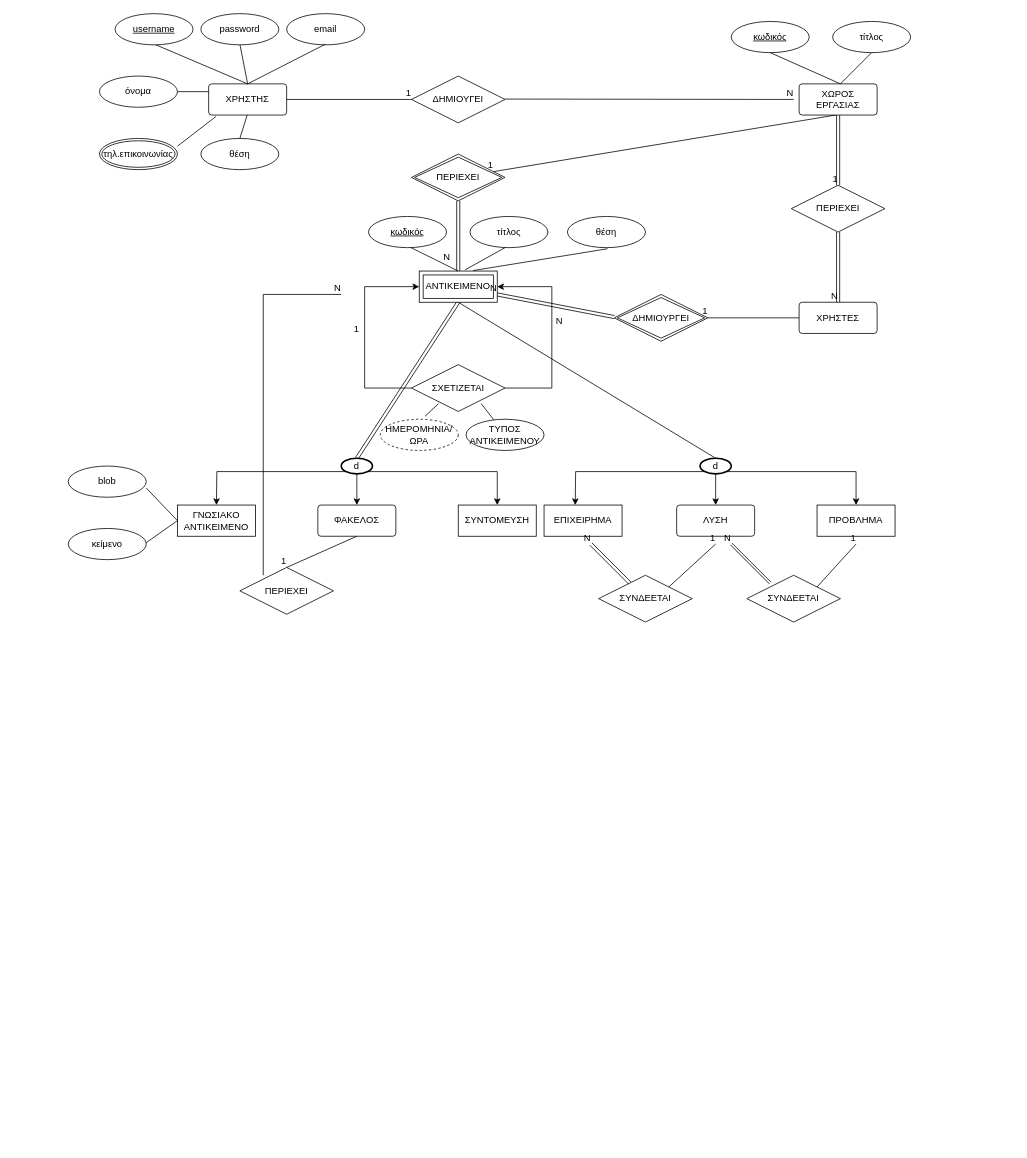
Above: Untitled Diagram.drawio in Ierofantis/100-days-of-code (draw.io), before the change. Source tidied: cells renumbered, new cells numbered last; positions are measured from the earlier drawing's top-left corner, leaving out a move shared by most shapes. Both pictures are drawn from the tidied source at 78%, with x=0, y=0 at pixel (68, 13).
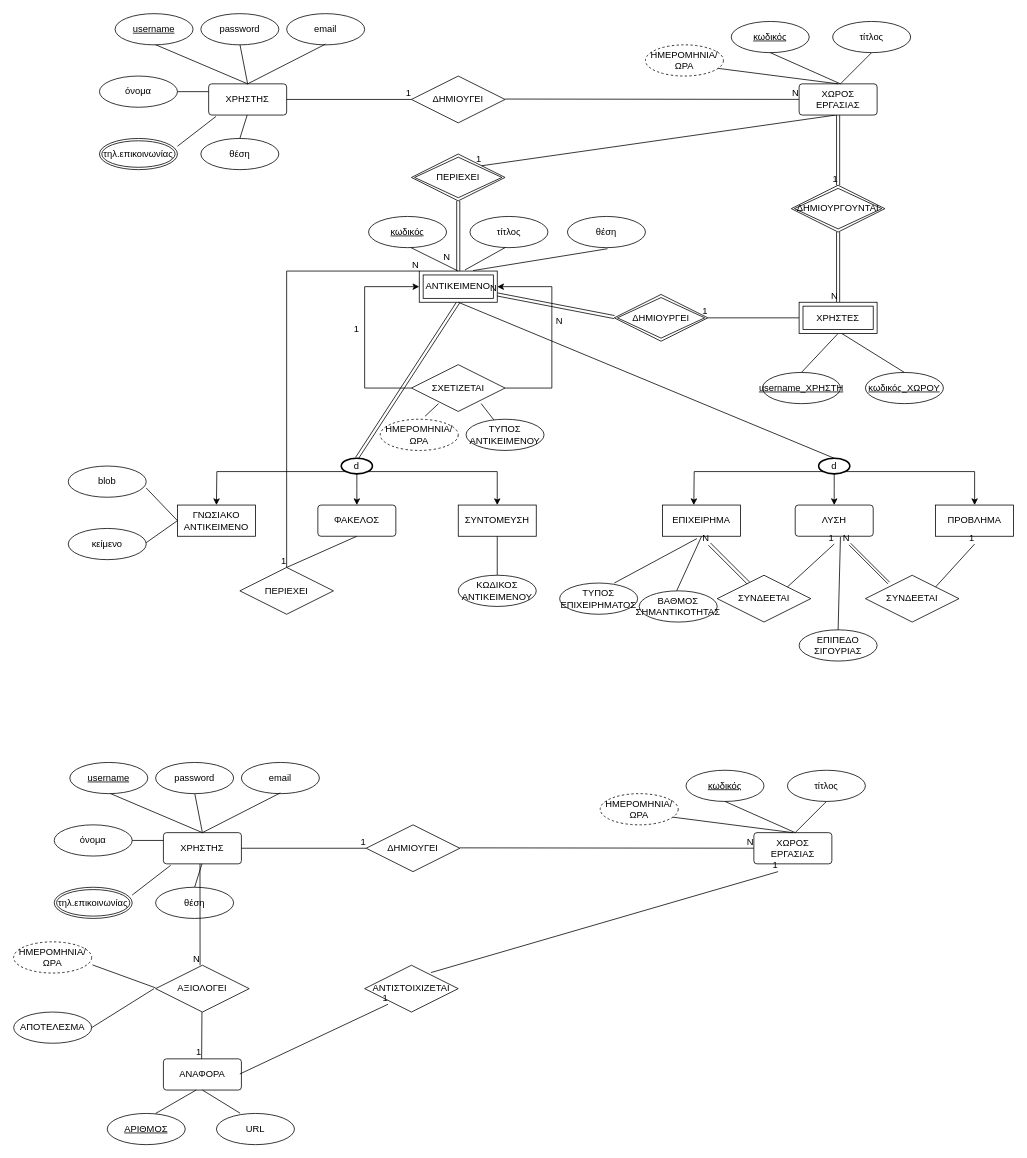
The same page after the edit.

Unchanged cells that the change refers to:
```xml
<mxCell id="20" value="ΑΝΤΙΚΕΙΜΕΝΟ" style="shape=ext;margin=3;double=1;whiteSpace=wrap;html=1;align=center;" parent="1" vertex="1">
  <mxGeometry x="450" y="330" width="100" height="40" as="geometry" />
</mxCell>
<mxCell id="21" value="ΠΕΡΙΕΧΕΙ" style="shape=rhombus;double=1;perimeter=rhombusPerimeter;whiteSpace=wrap;html=1;align=center;" parent="1" vertex="1">
  <mxGeometry x="440" y="180" width="120" height="60" as="geometry" />
</mxCell>
<mxCell id="24" value="ΔΗΜΙΟΥΡΓΕΙ" style="shape=rhombus;double=1;perimeter=rhombusPerimeter;whiteSpace=wrap;html=1;align=center;" parent="1" vertex="1">
  <mxGeometry x="700" y="360" width="120" height="60" as="geometry" />
</mxCell>
<mxCell id="36" value="ΧΩΡΟΣ ΕΡΓΑΣΙΑΣ" style="rounded=1;arcSize=10;whiteSpace=wrap;html=1;align=center;" parent="1" vertex="1">
  <mxGeometry x="937" y="90" width="100" height="40" as="geometry" />
</mxCell>
<mxCell id="87" value="ΠΕΡΙΕΧΕΙ" style="shape=rhombus;perimeter=rhombusPerimeter;whiteSpace=wrap;html=1;align=center;" parent="1" vertex="1">
  <mxGeometry x="220" y="710" width="120" height="60" as="geometry" />
</mxCell>
```

What changed in the source:
```diff
@@
-    <mxCell id="5" value="ΠΕΡΙΕΧΕΙ" style="shape=rhombus;perimeter=rhombusPerimeter;whiteSpace=wrap;html=1;align=center;" parent="1" vertex="1">
-      <mxGeometry x="927" y="220" width="120" height="60" as="geometry" />
-    </mxCell>
-    <mxCell id="6" value="ΧΡΗΣΤΕΣ" style="rounded=1;arcSize=10;whiteSpace=wrap;html=1;align=center;" parent="1" vertex="1">
-      <mxGeometry x="937" y="370" width="100" height="40" as="geometry" />
-    </mxCell>
@@
-    <mxCell id="27" style="shape=link;html=1;rounded=0;entryX=0.5;entryY=0;entryDx=0;entryDy=0;" parent="1" edge="1" target="5">
+    <mxCell id="27" style="shape=link;html=1;rounded=0;entryX=0.5;entryY=0;entryDx=0;entryDy=0;" parent="1" edge="1">
       <mxGeometry relative="1" as="geometry">
         <mxPoint x="987" y="130" as="sourcePoint" />
+        <mxPoint x="987" y="220" as="targetPoint" />
       </mxGeometry>
     </mxCell>
@@
-    <mxCell id="29" style="shape=link;html=1;rounded=0;exitX=0.5;exitY=1;exitDx=0;exitDy=0;entryX=0.5;entryY=0;entryDx=0;entryDy=0;" parent="1" edge="1" source="5" target="6">
-      <mxGeometry relative="1" as="geometry" />
+    <mxCell id="29" style="shape=link;html=1;rounded=0;exitX=0.5;exitY=1;exitDx=0;exitDy=0;entryX=0.5;entryY=0;entryDx=0;entryDy=0;" parent="1" edge="1">
+      <mxGeometry relative="1" as="geometry">
+        <mxPoint x="987" y="280" as="sourcePoint" />
+        <mxPoint x="987" y="370" as="targetPoint" />
+      </mxGeometry>
     </mxCell>
@@
-    <mxCell id="32" style="endArrow=none;html=1;rounded=0;" parent="1" edge="1">
+    <mxCell id="32" style="endArrow=none;html=1;rounded=0;" parent="1" edge="1" target="36">
       <mxGeometry relative="1" as="geometry">
         <mxPoint x="560" y="109.5" as="sourcePoint" />
-        <mxPoint x="930" y="110" as="targetPoint" />
       </mxGeometry>
     </mxCell>
@@
-    <mxCell id="34" style="endArrow=none;html=1;rounded=0;exitX=0.5;exitY=1;exitDx=0;exitDy=0;" parent="1" edge="1" target="21">
+    <mxCell id="34" style="endArrow=none;html=1;rounded=0;exitX=0.5;exitY=1;exitDx=0;exitDy=0;entryX=1;entryY=0;entryDx=0;entryDy=0;" parent="1" edge="1" target="21">
       <mxGeometry relative="1" as="geometry">
         <mxPoint x="984" y="130" as="sourcePoint" />
       </mxGeometry>
     </mxCell>
@@
-    <mxCell id="37" style="endArrow=none;html=1;rounded=0;entryX=1;entryY=0.5;entryDx=0;entryDy=0;exitX=0;exitY=0.5;exitDx=0;exitDy=0;" parent="1" edge="1" source="6" target="24">
-      <mxGeometry relative="1" as="geometry" />
+    <mxCell id="37" style="endArrow=none;html=1;rounded=0;entryX=1;entryY=0.5;entryDx=0;entryDy=0;exitX=0;exitY=0.5;exitDx=0;exitDy=0;" parent="1" edge="1" target="24">
+      <mxGeometry relative="1" as="geometry">
+        <mxPoint x="937" y="390" as="sourcePoint" />
+      </mxGeometry>
     </mxCell>
@@
     <mxCell id="41" style="edgeStyle=orthogonalEdgeStyle;rounded=0;jettySize=auto;html=1;exitX=0.145;exitY=0.855;exitDx=0;exitDy=0;exitPerimeter=0;" parent="1" edge="1" source="44">
       <mxGeometry relative="1" as="geometry">
-        <mxPoint x="650" y="630" as="targetPoint" />
+        <mxPoint x="802" y="630" as="targetPoint" />
       </mxGeometry>
     </mxCell>
@@
     <mxCell id="43" style="edgeStyle=orthogonalEdgeStyle;rounded=0;jettySize=auto;html=1;exitX=0.5;exitY=1;exitDx=0;exitDy=0;exitPerimeter=0;" parent="1" edge="1" source="44">
       <mxGeometry relative="1" as="geometry">
-        <mxPoint x="830" y="630" as="targetPoint" />
+        <mxPoint x="982" y="630" as="targetPoint" />
       </mxGeometry>
     </mxCell>
     <mxCell id="44" value="d" style="strokeWidth=2;html=1;shape=mxgraph.flowchart.start_1;whiteSpace=wrap;" parent="1" vertex="1">
-      <mxGeometry x="810" y="570" width="40" height="20" as="geometry" />
+      <mxGeometry x="962" y="570" width="40" height="20" as="geometry" />
     </mxCell>
     <mxCell id="45" value="ΛΥΣΗ" style="rounded=1;arcSize=10;whiteSpace=wrap;html=1;align=center;" parent="1" vertex="1">
-      <mxGeometry x="780" y="630" width="100" height="40" as="geometry" />
+      <mxGeometry x="932" y="630" width="100" height="40" as="geometry" />
     </mxCell>
     <mxCell id="46" value="ΠΡΟΒΛΗΜΑ" style="whiteSpace=wrap;html=1;align=center;" parent="1" vertex="1">
-      <mxGeometry x="960" y="630" width="100" height="40" as="geometry" />
+      <mxGeometry x="1112" y="630" width="100" height="40" as="geometry" />
     </mxCell>
     <mxCell id="47" value="ΕΠΙΧΕΙΡΗΜΑ" style="whiteSpace=wrap;html=1;align=center;" parent="1" vertex="1">
-      <mxGeometry x="610" y="630" width="100" height="40" as="geometry" />
+      <mxGeometry x="762" y="630" width="100" height="40" as="geometry" />
     </mxCell>
     <mxCell id="48" value="ΣΥΝΔΕΕΤΑΙ" style="shape=rhombus;perimeter=rhombusPerimeter;whiteSpace=wrap;html=1;align=center;" parent="1" vertex="1">
-      <mxGeometry x="680" y="720" width="120" height="60" as="geometry" />
+      <mxGeometry x="832" y="720" width="120" height="60" as="geometry" />
     </mxCell>
     <mxCell id="49" style="shape=link;html=1;rounded=0;" parent="1" edge="1" source="48">
       <mxGeometry relative="1" as="geometry">
-        <mxPoint x="670" y="680" as="targetPoint" />
+        <mxPoint x="822" y="680" as="targetPoint" />
       </mxGeometry>
     </mxCell>
@@
     <mxCell id="51" value="ΣΥΝΔΕΕΤΑΙ" style="shape=rhombus;perimeter=rhombusPerimeter;whiteSpace=wrap;html=1;align=center;" parent="1" vertex="1">
-      <mxGeometry x="870" y="720" width="120" height="60" as="geometry" />
+      <mxGeometry x="1022" y="720" width="120" height="60" as="geometry" />
     </mxCell>
     <mxCell id="52" style="shape=link;html=1;rounded=0;width=3;" parent="1" edge="1">
       <mxGeometry relative="1" as="geometry">
-        <mxPoint x="900" y="730" as="sourcePoint" />
-        <mxPoint x="850" y="680" as="targetPoint" />
+        <mxPoint x="1052" y="730" as="sourcePoint" />
+        <mxPoint x="1002" y="680" as="targetPoint" />
       </mxGeometry>
     </mxCell>
@@
     <mxCell id="54" style="endArrow=none;html=1;rounded=0;exitX=1;exitY=0;exitDx=0;exitDy=0;" parent="1" edge="1" source="51">
       <mxGeometry relative="1" as="geometry">
-        <mxPoint x="1010" y="680" as="targetPoint" />
+        <mxPoint x="1162" y="680" as="targetPoint" />
       </mxGeometry>
     </mxCell>
@@
     <mxCell id="56" style="endArrow=none;html=1;rounded=0;exitX=1;exitY=0;exitDx=0;exitDy=0;" parent="1" edge="1">
       <mxGeometry relative="1" as="geometry">
-        <mxPoint x="770" y="735" as="sourcePoint" />
-        <mxPoint x="830" y="680" as="targetPoint" />
+        <mxPoint x="922" y="735" as="sourcePoint" />
+        <mxPoint x="982" y="680" as="targetPoint" />
       </mxGeometry>
     </mxCell>
@@
-    <mxCell id="90" style="endArrow=none;html=1;rounded=0;" parent="1" edge="1">
+    <mxCell id="90" style="endArrow=none;html=1;rounded=0;entryX=0;entryY=0;entryDx=0;entryDy=0;" parent="1" edge="1" source="87" target="20">
       <mxGeometry relative="1" as="geometry">
-        <mxPoint x="250" y="720" as="sourcePoint" />
-        <mxPoint x="350" y="360" as="targetPoint" />
         <Array as="points">
-          <mxPoint x="250" y="360" />
+          <mxPoint x="280" y="330" />
         </Array>
       </mxGeometry>
     </mxCell>
@@
+    <mxCell id="92" style="endArrow=none;html=1;rounded=0;exitX=1;exitY=0.25;exitDx=0;exitDy=0;exitPerimeter=0;" parent="1" edge="1">
+      <mxGeometry relative="1" as="geometry">
+        <mxPoint x="550" y="670" as="sourcePoint" />
+        <mxPoint x="550" y="720" as="targetPoint" />
+      </mxGeometry>
+    </mxCell>
+    <mxCell id="93" style="endArrow=none;html=1;rounded=0;exitX=0.44;exitY=1.075;exitDx=0;exitDy=0;exitPerimeter=0;" parent="1" edge="1" source="47">
+      <mxGeometry relative="1" as="geometry">
+        <mxPoint x="700" y="730" as="targetPoint" />
+      </mxGeometry>
+    </mxCell>
+    <mxCell id="94" style="endArrow=none;html=1;rounded=0;exitX=0.5;exitY=1;exitDx=0;exitDy=0;" parent="1" edge="1" source="47">
+      <mxGeometry relative="1" as="geometry">
+        <mxPoint x="780" y="740" as="targetPoint" />
+      </mxGeometry>
+    </mxCell>
+    <mxCell id="95" value="ΚΩΔΙΚΟΣ ΑΝΤΙΚΕΙΜΕΝΟΥ" style="ellipse;whiteSpace=wrap;html=1;align=center;" parent="1" vertex="1">
+      <mxGeometry x="500" y="720" width="100" height="40" as="geometry" />
+    </mxCell>
+    <mxCell id="96" value="ΤΥΠΟΣ ΕΠΙΧΕΙΡΗΜΑΤΟΣ" style="ellipse;whiteSpace=wrap;html=1;align=center;" parent="1" vertex="1">
+      <mxGeometry x="630" y="730" width="100" height="40" as="geometry" />
+    </mxCell>
+    <mxCell id="97" value="ΒΑΘΜΟΣ ΣΗΜΑΝΤΙΚΟΤΗΤΑΣ" style="ellipse;whiteSpace=wrap;html=1;align=center;" parent="1" vertex="1">
+      <mxGeometry x="732" y="740" width="100" height="40" as="geometry" />
+    </mxCell>
+    <mxCell id="98" value="ΕΠΙΠΕΔΟ ΣΙΓΟΥΡΙΑΣ" style="ellipse;whiteSpace=wrap;html=1;align=center;" parent="1" vertex="1">
+      <mxGeometry x="937" y="790" width="100" height="40" as="geometry" />
+    </mxCell>
+    <mxCell id="99" style="endArrow=none;html=1;rounded=0;exitX=0.58;exitY=1.025;exitDx=0;exitDy=0;exitPerimeter=0;entryX=0.5;entryY=0;entryDx=0;entryDy=0;" parent="1" edge="1" source="45" target="98">
+      <mxGeometry relative="1" as="geometry" />
+    </mxCell>
+    <mxCell id="100" value="username_ΧΡΗΣΤΗ" style="ellipse;whiteSpace=wrap;html=1;align=center;fontStyle=4;" parent="1" vertex="1">
+      <mxGeometry x="890" y="460" width="100" height="40" as="geometry" />
+    </mxCell>
+    <mxCell id="101" value="κωδικός_ΧΩΡΟΥ" style="ellipse;whiteSpace=wrap;html=1;align=center;fontStyle=4;" parent="1" vertex="1">
+      <mxGeometry x="1022" y="460" width="100" height="40" as="geometry" />
+    </mxCell>
+    <mxCell id="102" style="endArrow=none;html=1;rounded=0;entryX=0.5;entryY=0;entryDx=0;entryDy=0;" parent="1" edge="1" target="101">
+      <mxGeometry relative="1" as="geometry">
+        <mxPoint x="990" y="409" as="sourcePoint" />
+      </mxGeometry>
+    </mxCell>
+    <mxCell id="103" style="endArrow=none;html=1;rounded=0;entryX=0.5;entryY=0;entryDx=0;entryDy=0;exitX=0.5;exitY=1;exitDx=0;exitDy=0;" parent="1" edge="1" target="100">
+      <mxGeometry relative="1" as="geometry">
+        <mxPoint x="987" y="410" as="sourcePoint" />
+      </mxGeometry>
+    </mxCell>
+    <mxCell id="104" style="endArrow=none;html=1;rounded=0;entryX=0.5;entryY=0;entryDx=0;entryDy=0;" parent="1" edge="1" target="36">
+      <mxGeometry relative="1" as="geometry">
+        <mxPoint x="832" y="70" as="sourcePoint" />
+      </mxGeometry>
+    </mxCell>
+    <mxCell id="105" value="ΗΜΕΡΟΜΗΝΙΑ/ΩΡΑ" style="ellipse;whiteSpace=wrap;html=1;align=center;dashed=1;" parent="1" vertex="1">
+      <mxGeometry x="740" y="40" width="100" height="40" as="geometry" />
+    </mxCell>
+    <mxCell id="106" value="ΔΗΜΙΟΥΡΓΟΥΝΤΑΙ" style="shape=rhombus;double=1;perimeter=rhombusPerimeter;whiteSpace=wrap;html=1;align=center;" parent="1" vertex="1">
+      <mxGeometry x="927" y="220" width="120" height="60" as="geometry" />
+    </mxCell>
+    <mxCell id="6" value="ΧΡΗΣΤΕΣ" style="shape=ext;margin=3;double=1;whiteSpace=wrap;html=1;align=center;" parent="1" vertex="1">
+      <mxGeometry x="937" y="370" width="100" height="40" as="geometry" />
+    </mxCell>
+    <mxCell id="107" value="ΧΡΗΣΤΗΣ" style="rounded=1;arcSize=10;whiteSpace=wrap;html=1;align=center;" parent="1" vertex="1">
+      <mxGeometry x="122" y="1050" width="100" height="40" as="geometry" />
+    </mxCell>
+    <mxCell id="108" style="endArrow=none;html=1;rounded=0;" parent="1" edge="1">
+      <mxGeometry relative="1" as="geometry">
+        <mxPoint x="222" y="1070" as="sourcePoint" />
+        <mxPoint x="382" y="1070" as="targetPoint" />
+      </mxGeometry>
+    </mxCell>
+    <mxCell id="109" value="1" style="html=1;align=right;verticalAlign=bottom;" parent="108" vertex="1">
+      <mxGeometry x="1" relative="1" as="geometry" />
+    </mxCell>
+    <mxCell id="110" value="ΔΗΜΙΟΥΓΕΙ" style="shape=rhombus;perimeter=rhombusPerimeter;whiteSpace=wrap;html=1;align=center;" parent="1" vertex="1">
+      <mxGeometry x="382" y="1040" width="120" height="60" as="geometry" />
+    </mxCell>
+    <mxCell id="111" style="endArrow=none;html=1;rounded=0;" parent="1" edge="1" target="113">
+      <mxGeometry relative="1" as="geometry">
+        <mxPoint x="502" y="1069.5" as="sourcePoint" />
+      </mxGeometry>
+    </mxCell>
+    <mxCell id="112" value="N" style="html=1;align=right;verticalAlign=bottom;" parent="111" vertex="1">
+      <mxGeometry x="1" relative="1" as="geometry" />
+    </mxCell>
+    <mxCell id="113" value="ΧΩΡΟΣ ΕΡΓΑΣΙΑΣ" style="rounded=1;arcSize=10;whiteSpace=wrap;html=1;align=center;" parent="1" vertex="1">
+      <mxGeometry x="879" y="1050" width="100" height="40" as="geometry" />
+    </mxCell>
+    <mxCell id="114" value="email" style="ellipse;whiteSpace=wrap;html=1;align=center;" parent="1" vertex="1">
+      <mxGeometry x="222" y="960" width="100" height="40" as="geometry" />
+    </mxCell>
+    <mxCell id="115" value="όνομα" style="ellipse;whiteSpace=wrap;html=1;align=center;" parent="1" vertex="1">
+      <mxGeometry x="-18" y="1040" width="100" height="40" as="geometry" />
+    </mxCell>
+    <mxCell id="116" value="θέση" style="ellipse;whiteSpace=wrap;html=1;align=center;" parent="1" vertex="1">
+      <mxGeometry x="112" y="1120" width="100" height="40" as="geometry" />
+    </mxCell>
+    <mxCell id="117" value="τηλ.επικοινωνίας&lt;br&gt;" style="ellipse;shape=doubleEllipse;margin=3;whiteSpace=wrap;html=1;align=center;" parent="1" vertex="1">
+      <mxGeometry x="-18" y="1120" width="100" height="40" as="geometry" />
+    </mxCell>
+    <mxCell id="118" style="endArrow=none;html=1;rounded=0;entryX=0.5;entryY=0;entryDx=0;entryDy=0;" parent="1" edge="1" target="107">
+      <mxGeometry relative="1" as="geometry">
+        <mxPoint x="52" y="999" as="sourcePoint" />
+      </mxGeometry>
+    </mxCell>
+    <mxCell id="119" style="endArrow=none;html=1;rounded=0;" parent="1" edge="1">
+      <mxGeometry relative="1" as="geometry">
+        <mxPoint x="162" y="999" as="sourcePoint" />
+        <mxPoint x="172" y="1050" as="targetPoint" />
+      </mxGeometry>
+    </mxCell>
+    <mxCell id="120" style="endArrow=none;html=1;rounded=0;entryX=0.5;entryY=0;entryDx=0;entryDy=0;" parent="1" edge="1" target="107">
+      <mxGeometry relative="1" as="geometry">
+        <mxPoint x="272" y="999" as="sourcePoint" />
+      </mxGeometry>
+    </mxCell>
+    <mxCell id="121" style="endArrow=none;html=1;rounded=0;entryX=0;entryY=0.25;entryDx=0;entryDy=0;exitX=1;exitY=0.5;exitDx=0;exitDy=0;" parent="1" edge="1" source="115" target="107">
+      <mxGeometry relative="1" as="geometry" />
+    </mxCell>
+    <mxCell id="122" style="endArrow=none;html=1;rounded=0;entryX=0.094;entryY=1.045;entryDx=0;entryDy=0;exitX=1;exitY=0.25;exitDx=0;exitDy=0;exitPerimeter=0;entryPerimeter=0;" parent="1" edge="1" source="117" target="107">
+      <mxGeometry relative="1" as="geometry" />
+    </mxCell>
+    <mxCell id="123" style="endArrow=none;html=1;rounded=0;entryX=0.094;entryY=1.045;entryDx=0;entryDy=0;exitX=0.5;exitY=0;exitDx=0;exitDy=0;entryPerimeter=0;" parent="1" edge="1" source="116">
+      <mxGeometry relative="1" as="geometry">
+        <mxPoint x="171.4" y="1090" as="targetPoint" />
+      </mxGeometry>
+    </mxCell>
+    <mxCell id="124" value="username" style="ellipse;whiteSpace=wrap;html=1;align=center;fontStyle=4;" parent="1" vertex="1">
+      <mxGeometry x="2" y="960" width="100" height="40" as="geometry" />
+    </mxCell>
+    <mxCell id="125" value="κωδικός" style="ellipse;whiteSpace=wrap;html=1;align=center;fontStyle=4;" parent="1" vertex="1">
+      <mxGeometry x="792" y="970" width="100" height="40" as="geometry" />
+    </mxCell>
+    <mxCell id="126" value="password" style="ellipse;whiteSpace=wrap;html=1;align=center;" parent="1" vertex="1">
+      <mxGeometry x="112" y="960" width="100" height="40" as="geometry" />
+    </mxCell>
+    <mxCell id="127" value="τίτλος" style="ellipse;whiteSpace=wrap;html=1;align=center;" parent="1" vertex="1">
+      <mxGeometry x="922" y="970" width="100" height="40" as="geometry" />
+    </mxCell>
+    <mxCell id="128" style="endArrow=none;html=1;rounded=0;" parent="1" edge="1">
+      <mxGeometry relative="1" as="geometry">
+        <mxPoint x="842" y="1010" as="sourcePoint" />
+        <mxPoint x="932" y="1050" as="targetPoint" />
+      </mxGeometry>
+    </mxCell>
+    <mxCell id="129" style="endArrow=none;html=1;rounded=0;exitX=0.5;exitY=1;exitDx=0;exitDy=0;" parent="1" edge="1" source="127">
+      <mxGeometry relative="1" as="geometry">
+        <mxPoint x="932" y="1050" as="targetPoint" />
+      </mxGeometry>
+    </mxCell>
+    <mxCell id="130" style="endArrow=none;html=1;rounded=0;entryX=0.5;entryY=0;entryDx=0;entryDy=0;" parent="1" edge="1" target="113">
+      <mxGeometry relative="1" as="geometry">
+        <mxPoint x="774" y="1030" as="sourcePoint" />
+      </mxGeometry>
+    </mxCell>
+    <mxCell id="131" value="ΗΜΕΡΟΜΗΝΙΑ/ΩΡΑ" style="ellipse;whiteSpace=wrap;html=1;align=center;dashed=1;" parent="1" vertex="1">
+      <mxGeometry x="682" y="1000" width="100" height="40" as="geometry" />
+    </mxCell>
+    <mxCell id="132" value="ΑΞΙΟΛΟΓΕΙ" style="shape=rhombus;perimeter=rhombusPerimeter;whiteSpace=wrap;html=1;align=center;" parent="1" vertex="1">
+      <mxGeometry x="112" y="1220" width="120" height="60" as="geometry" />
+    </mxCell>
+    <mxCell id="133" value="ΑΝΑΦΟΡΑ" style="rounded=1;arcSize=10;whiteSpace=wrap;html=1;align=center;" parent="1" vertex="1">
+      <mxGeometry x="122" y="1340" width="100" height="40" as="geometry" />
+    </mxCell>
+    <mxCell id="134" value="ΑΝΤΙΣΤΟΙΧΙΖΕΤΑΙ" style="shape=rhombus;perimeter=rhombusPerimeter;whiteSpace=wrap;html=1;align=center;" parent="1" vertex="1">
+      <mxGeometry x="380" y="1220" width="120" height="60" as="geometry" />
+    </mxCell>
+    <mxCell id="135" style="endArrow=none;html=1;rounded=0;" parent="1" edge="1">
+      <mxGeometry relative="1" as="geometry">
+        <mxPoint x="168.9" y="1090" as="sourcePoint" />
+        <mxPoint x="169" y="1220" as="targetPoint" />
+      </mxGeometry>
+    </mxCell>
+    <mxCell id="136" value="N" style="html=1;align=right;verticalAlign=bottom;" parent="135" vertex="1">
+      <mxGeometry x="1" relative="1" as="geometry" />
+    </mxCell>
+    <mxCell id="137" style="endArrow=none;html=1;rounded=0;" parent="1" edge="1">
+      <mxGeometry relative="1" as="geometry">
+        <mxPoint x="171.4" y="1280" as="sourcePoint" />
+        <mxPoint x="171" y="1340" as="targetPoint" />
+      </mxGeometry>
+    </mxCell>
+    <mxCell id="138" value="1" style="html=1;align=right;verticalAlign=bottom;" parent="137" vertex="1">
+      <mxGeometry x="1" relative="1" as="geometry" />
+    </mxCell>
+    <mxCell id="139" style="endArrow=none;html=1;rounded=0;" parent="1" edge="1">
+      <mxGeometry relative="1" as="geometry">
+        <mxPoint x="220" y="1359.4" as="sourcePoint" />
+        <mxPoint x="410" y="1270" as="targetPoint" />
+      </mxGeometry>
+    </mxCell>
+    <mxCell id="140" value="1" style="html=1;align=right;verticalAlign=bottom;" parent="139" vertex="1">
+      <mxGeometry x="1" relative="1" as="geometry" />
+    </mxCell>
+    <mxCell id="141" style="endArrow=none;html=1;rounded=0;" parent="1" edge="1">
+      <mxGeometry relative="1" as="geometry">
+        <mxPoint x="465" y="1229.4" as="sourcePoint" />
+        <mxPoint x="910" y="1100" as="targetPoint" />
+      </mxGeometry>
+    </mxCell>
+    <mxCell id="142" value="1" style="html=1;align=right;verticalAlign=bottom;" parent="141" vertex="1">
+      <mxGeometry x="1" relative="1" as="geometry" />
+    </mxCell>
+    <mxCell id="143" value="ΑΡΙΘΜΟΣ" style="ellipse;whiteSpace=wrap;html=1;align=center;fontStyle=4;" parent="1" vertex="1">
+      <mxGeometry x="50" y="1410" width="100" height="40" as="geometry" />
+    </mxCell>
+    <mxCell id="144" value="URL" style="ellipse;whiteSpace=wrap;html=1;align=center;" parent="1" vertex="1">
+      <mxGeometry x="190" y="1410" width="100" height="40" as="geometry" />
+    </mxCell>
+    <mxCell id="145" value="ΗΜΕΡΟΜΗΝΙΑ/ΩΡΑ" style="ellipse;whiteSpace=wrap;html=1;align=center;dashed=1;" parent="1" vertex="1">
+      <mxGeometry x="-70" y="1190" width="100" height="40" as="geometry" />
+    </mxCell>
+    <mxCell id="146" value="ΑΠΟΤΕΛΕΣΜΑ" style="ellipse;whiteSpace=wrap;html=1;align=center;" parent="1" vertex="1">
+      <mxGeometry x="-70" y="1280" width="100" height="40" as="geometry" />
+    </mxCell>
+    <mxCell id="147" style="endArrow=none;html=1;rounded=0;entryX=1.011;entryY=0.739;entryDx=0;entryDy=0;entryPerimeter=0;" parent="1" edge="1" target="145">
+      <mxGeometry relative="1" as="geometry">
+        <mxPoint x="112" y="1249" as="sourcePoint" />
+      </mxGeometry>
+    </mxCell>
+    <mxCell id="148" style="endArrow=none;html=1;rounded=0;entryX=1;entryY=0.5;entryDx=0;entryDy=0;" parent="1" edge="1" target="146">
+      <mxGeometry relative="1" as="geometry">
+        <mxPoint x="110" y="1250" as="sourcePoint" />
+      </mxGeometry>
+    </mxCell>
+    <mxCell id="149" style="endArrow=none;html=1;rounded=0;" parent="1" edge="1">
+      <mxGeometry relative="1" as="geometry">
+        <mxPoint x="164" y="1380" as="sourcePoint" />
+        <mxPoint x="112" y="1410" as="targetPoint" />
+      </mxGeometry>
+    </mxCell>
+    <mxCell id="150" style="endArrow=none;html=1;rounded=0;entryX=0.304;entryY=-0.006;entryDx=0;entryDy=0;exitX=0.5;exitY=1;exitDx=0;exitDy=0;entryPerimeter=0;" parent="1" edge="1" source="133" target="144">
+      <mxGeometry relative="1" as="geometry" />
+    </mxCell>
```
